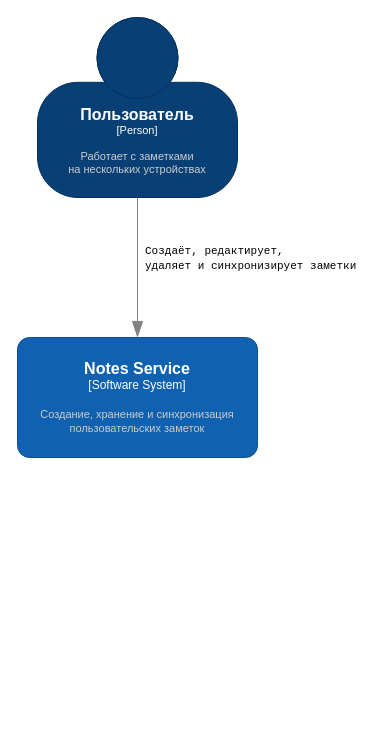
The draw.io diagram page "System Context" (1 of 2) of docs/architecture/c4-diagram.drawio in IlyaChern12/Notes-Service, before the edit. Source tidied: cells renumbered, new cells numbered last; positions are measured from the earlier drawing's top-left corner, leaving out a move shared by most shapes. Both pictures are drawn from the tidied source at 100%, with x=0, y=0 at pixel (17, 17).
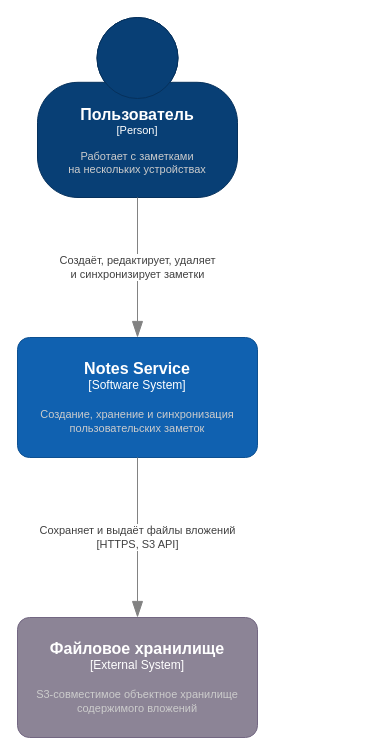
After the change.

The edit, as a diff of the source:
```diff
@@
 <mxGraphModel>
   <root>
     <mxCell id="0" />
     <mxCell id="1" parent="0" />
-    <object id="2" label="&lt;font style=&quot;font-size: 16px&quot;&gt;&lt;b&gt;%c4Name%&lt;/b&gt;&lt;/font&gt;&lt;div&gt;[%c4Type%]&lt;/div&gt;&lt;br&gt;&lt;div&gt;&lt;font style=&quot;font-size: 11px&quot;&gt;&lt;font color=&quot;#cccccc&quot;&gt;%c4Description%&lt;/font&gt;&lt;/div&gt;" c4Description="Работает с заметками&#10;на нескольких устройствах" c4Name="Пользователь " c4Type="Person" placeholders="1">
+    <object id="2" label="&lt;font style=&quot;font-size: 16px&quot;&gt;&lt;b&gt;%c4Name%&lt;/b&gt;&lt;/font&gt;&lt;div&gt;[%c4Type%]&lt;/div&gt;&lt;br&gt;&lt;div&gt;&lt;font style=&quot;font-size: 11px&quot;&gt;&lt;font color=&quot;#cccccc&quot;&gt;%c4Description%&lt;/font&gt;&lt;/div&gt;" c4Description="Работает с заметками&amp;#xa;на нескольких устройствах" c4Name="Пользователь" c4Type="Person" placeholders="1">
       <mxCell style="html=1;fontSize=11;dashed=0;whiteSpace=wrap;fillColor=#083F75;strokeColor=#06315C;fontColor=#ffffff;shape=mxgraph.c4.person2;align=center;points=[[0.5,0,0],[1,0.5,0],[1,0.75,0],[0.75,1,0],[0.5,1,0],[0.25,1,0],[0,0.75,0],[0,0.5,0]];" parent="1" vertex="1">
         <mxGeometry x="20" width="200" height="180" as="geometry" />
       </mxCell>
     </object>
     <object id="3" label="&lt;font style=&quot;font-size: 16px&quot;&gt;&lt;b&gt;%c4Name%&lt;/b&gt;&lt;/font&gt;&lt;div&gt;[%c4Type%]&lt;/div&gt;&lt;br&gt;&lt;div&gt;&lt;font style=&quot;font-size: 11px&quot;&gt;&lt;font color=&quot;#cccccc&quot;&gt;%c4Description%&lt;/font&gt;&lt;/div&gt;" c4Description="Создание, хранение и синхронизация пользовательских заметок" c4Name="Notes Service" c4Type="Software System" placeholders="1">
       <mxCell style="rounded=1;whiteSpace=wrap;html=1;labelBackgroundColor=none;fillColor=#1061B0;fontColor=#ffffff;align=center;arcSize=10;strokeColor=#0D5091;points=[[0.25,0,0],[0.5,0,0],[0.75,0,0],[1,0.25,0],[1,0.5,0],[1,0.75,0],[0.75,1,0],[0.5,1,0],[0.25,1,0],[0,0.75,0],[0,0.5,0],[0,0.25,0]];" parent="1" vertex="1">
         <mxGeometry y="320" width="240" height="120" as="geometry" />
       </mxCell>
     </object>
-    <mxCell id="4" style="endArrow=blockThin;html=1;fontSize=10;fontColor=#404040;strokeWidth=1;endFill=1;strokeColor=#828282;elbow=vertical;endSize=14;startSize=14;jumpStyle=arc;jumpSize=16;rounded=0;edgeStyle=orthogonalEdgeStyle;exitX=0.5;exitY=1;exitDx=0;exitDy=0;exitPerimeter=0;entryX=0.5;entryY=0;entryDx=0;entryDy=0;entryPerimeter=0;" parent="1" edge="1" source="2" target="3">
-      <mxGeometry relative="1" as="geometry" />
-    </mxCell>
+    <object id="6" label="&lt;font style=&quot;font-size: 16px&quot;&gt;&lt;b&gt;%c4Name%&lt;/b&gt;&lt;/font&gt;&lt;div&gt;[%c4Type%]&lt;/div&gt;&lt;br&gt;&lt;div&gt;&lt;font style=&quot;font-size: 11px&quot;&gt;&lt;font color=&quot;#cccccc&quot;&gt;%c4Description%&lt;/font&gt;&lt;/div&gt;" c4Description="S3-совместимое объектное хранилище содержимого вложений" c4Name="Файловое хранилище" c4Type="External System" placeholders="1">
+      <mxCell style="rounded=1;whiteSpace=wrap;html=1;labelBackgroundColor=none;fillColor=#8C8496;fontColor=#ffffff;align=center;arcSize=10;strokeColor=#736782;points=[[0.25,0,0],[0.5,0,0],[0.75,0,0],[1,0.25,0],[1,0.5,0],[1,0.75,0],[0.75,1,0],[0.5,1,0],[0.25,1,0],[0,0.75,0],[0,0.5,0],[0,0.25,0]];" parent="1" vertex="1">
+        <mxGeometry y="600" width="240" height="120" as="geometry" />
+      </mxCell>
+    </object>
-    <mxCell id="5" value="&lt;div&gt;&lt;font face=&quot;monospace&quot;&gt;Создаёт, редактирует,&lt;/font&gt;&lt;/div&gt;&lt;div&gt;&lt;font face=&quot;monospace&quot;&gt;удаляет и синхронизирует заметки&lt;/font&gt;&lt;/div&gt;" style="edgeLabel;html=1;align=left;verticalAlign=middle;" parent="4" vertex="1">
-      <mxGeometry x="-0.14" relative="1" as="geometry">
-        <mxPoint x="6" as="offset" />
-      </mxGeometry>
+    <mxCell id="5" value="Создаёт, редактирует, удаляет&lt;br&gt;и синхронизирует заметки" style="endArrow=blockThin;html=1;fontSize=11;fontColor=#404040;strokeWidth=1;endFill=1;strokeColor=#828282;elbow=vertical;endSize=14;startSize=14;jumpStyle=arc;jumpSize=16;rounded=0;edgeStyle=orthogonalEdgeStyle;labelBackgroundColor=#FFFFFF;" parent="1" edge="1" source="2" target="3">
+      <mxGeometry relative="1" as="geometry" />
     </mxCell>
+    <mxCell id="7" value="Сохраняет и выдаёт файлы вложений&lt;br&gt;[HTTPS, S3 API]" style="endArrow=blockThin;html=1;fontSize=11;fontColor=#404040;strokeWidth=1;endFill=1;strokeColor=#828282;elbow=vertical;endSize=14;startSize=14;jumpStyle=arc;jumpSize=16;rounded=0;edgeStyle=orthogonalEdgeStyle;labelBackgroundColor=#FFFFFF;" parent="1" edge="1" source="3" target="6">
+      <mxGeometry relative="1" as="geometry" />
+    </mxCell>
   </root>
 </mxGraphModel>
```
